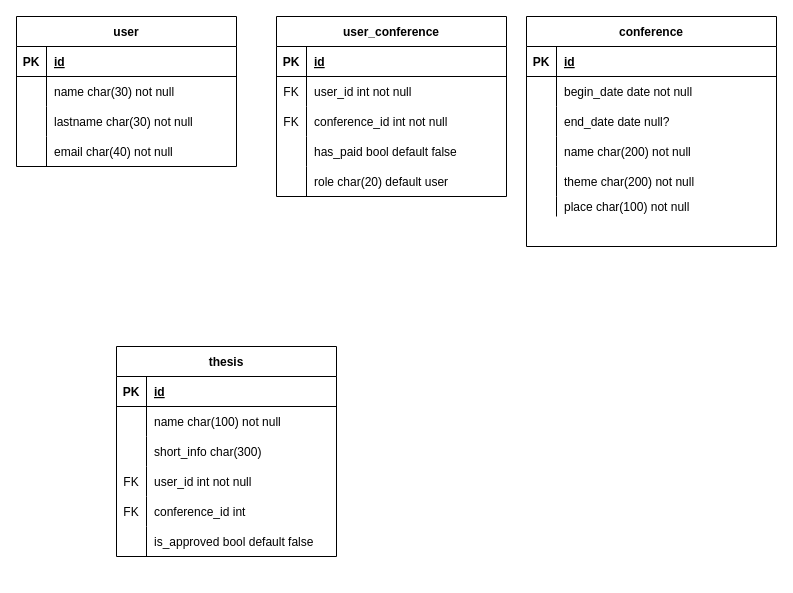
This is ER.drawio from vittrum/dbc_conference, a draw.io file, before an edit. Source tidied: cells renumbered, new cells numbered last; positions are measured from the earlier drawing's top-left corner, leaving out a move shared by most shapes. Both pictures are drawn from the tidied source at 100%, with x=0, y=0 at pixel (16, 16).
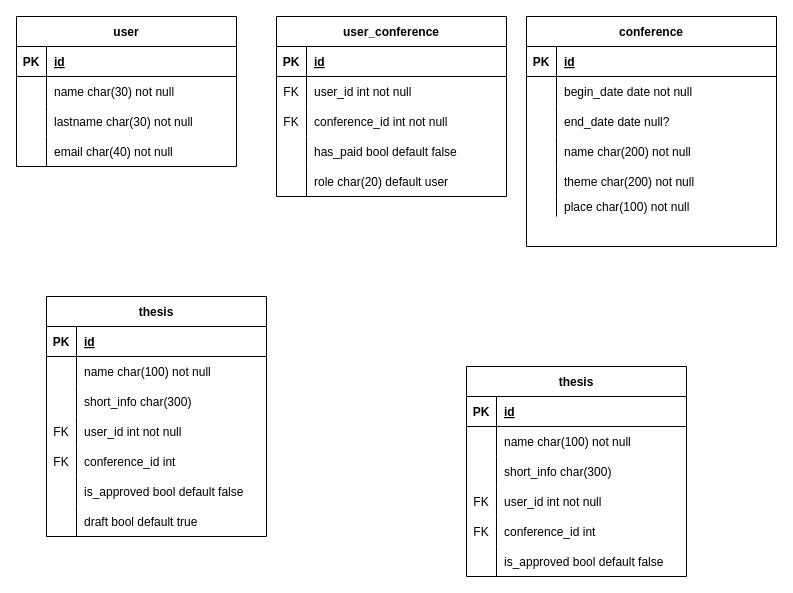
The same page after the edit.

The edit, as a diff of the source:
```diff
@@
     <mxCell id="50" value="thesis" style="shape=table;startSize=30;childLayout=tableLayout;rowLines=0;fontStyle=1;align=center;" parent="1" vertex="1">
-      <mxGeometry x="100" y="330" width="220" height="210" as="geometry" />
+      <mxGeometry x="30" y="280" width="220" height="240" as="geometry" />
     </mxCell>
@@
+    <mxCell id="69" style="shape=partialRectangle;fillColor=none;top=0;left=0;right=0;bottom=0;" parent="50" vertex="1">
+      <mxGeometry y="210" width="220" height="30" as="geometry" />
+    </mxCell>
+    <mxCell id="70" style="shape=partialRectangle;overflow=hidden;fillColor=none;top=0;left=0;bottom=0;right=0;" parent="69" vertex="1">
+      <mxGeometry width="30" height="30" as="geometry" />
+    </mxCell>
+    <mxCell id="71" value="draft bool default true" style="shape=partialRectangle;overflow=hidden;fillColor=none;top=0;left=0;bottom=0;right=0;align=left;spacingLeft=6;" parent="69" vertex="1">
+      <mxGeometry x="30" width="190" height="30" as="geometry" />
+    </mxCell>
+    <mxCell id="72" value="thesis" style="shape=table;startSize=30;childLayout=tableLayout;rowLines=0;fontStyle=1;align=center;" parent="1" vertex="1">
+      <mxGeometry x="450" y="350" width="220" height="210" as="geometry" />
+    </mxCell>
+    <mxCell id="73" style="shape=partialRectangle;fillColor=none;top=0;left=0;right=0;bottom=1;" parent="72" vertex="1">
+      <mxGeometry y="30" width="220" height="30" as="geometry" />
+    </mxCell>
+    <mxCell id="74" value="PK" style="shape=partialRectangle;overflow=hidden;fillColor=none;top=0;left=0;bottom=0;right=0;fontStyle=1;" parent="73" vertex="1">
+      <mxGeometry width="30" height="30" as="geometry" />
+    </mxCell>
+    <mxCell id="75" value="id" style="shape=partialRectangle;overflow=hidden;fillColor=none;top=0;left=0;bottom=0;right=0;align=left;spacingLeft=6;fontStyle=5;" parent="73" vertex="1">
+      <mxGeometry x="30" width="190" height="30" as="geometry" />
+    </mxCell>
+    <mxCell id="76" style="shape=partialRectangle;fillColor=none;top=0;left=0;right=0;bottom=0;" parent="72" vertex="1">
+      <mxGeometry y="60" width="220" height="30" as="geometry" />
+    </mxCell>
+    <mxCell id="77" style="shape=partialRectangle;overflow=hidden;fillColor=none;top=0;left=0;bottom=0;right=0;" parent="76" vertex="1">
+      <mxGeometry width="30" height="30" as="geometry" />
+    </mxCell>
+    <mxCell id="78" value="name char(100) not null" style="shape=partialRectangle;overflow=hidden;fillColor=none;top=0;left=0;bottom=0;right=0;align=left;spacingLeft=6;" parent="76" vertex="1">
+      <mxGeometry x="30" width="190" height="30" as="geometry" />
+    </mxCell>
+    <mxCell id="79" style="shape=partialRectangle;fillColor=none;top=0;left=0;right=0;bottom=0;" parent="72" vertex="1">
+      <mxGeometry y="90" width="220" height="30" as="geometry" />
+    </mxCell>
+    <mxCell id="80" style="shape=partialRectangle;overflow=hidden;fillColor=none;top=0;left=0;bottom=0;right=0;" parent="79" vertex="1">
+      <mxGeometry width="30" height="30" as="geometry" />
+    </mxCell>
+    <mxCell id="81" value="short_info char(300) " style="shape=partialRectangle;overflow=hidden;fillColor=none;top=0;left=0;bottom=0;right=0;align=left;spacingLeft=6;" parent="79" vertex="1">
+      <mxGeometry x="30" width="190" height="30" as="geometry" />
+    </mxCell>
+    <mxCell id="82" style="shape=partialRectangle;fillColor=none;top=0;left=0;right=0;bottom=0;" parent="72" vertex="1">
+      <mxGeometry y="120" width="220" height="30" as="geometry" />
+    </mxCell>
+    <mxCell id="83" value="FK" style="shape=partialRectangle;overflow=hidden;fillColor=none;top=0;left=0;bottom=0;right=0;" parent="82" vertex="1">
+      <mxGeometry width="30" height="30" as="geometry" />
+    </mxCell>
+    <mxCell id="84" value="user_id int not null" style="shape=partialRectangle;overflow=hidden;fillColor=none;top=0;left=0;bottom=0;right=0;align=left;spacingLeft=6;" parent="82" vertex="1">
+      <mxGeometry x="30" width="190" height="30" as="geometry" />
+    </mxCell>
+    <mxCell id="85" style="shape=partialRectangle;fillColor=none;top=0;left=0;right=0;bottom=0;" parent="72" vertex="1">
+      <mxGeometry y="150" width="220" height="30" as="geometry" />
+    </mxCell>
+    <mxCell id="86" value="FK" style="shape=partialRectangle;overflow=hidden;fillColor=none;top=0;left=0;bottom=0;right=0;" parent="85" vertex="1">
+      <mxGeometry width="30" height="30" as="geometry" />
+    </mxCell>
+    <mxCell id="87" value="conference_id int" style="shape=partialRectangle;overflow=hidden;fillColor=none;top=0;left=0;bottom=0;right=0;align=left;spacingLeft=6;" parent="85" vertex="1">
+      <mxGeometry x="30" width="190" height="30" as="geometry" />
+    </mxCell>
+    <mxCell id="88" style="shape=partialRectangle;fillColor=none;top=0;left=0;right=0;bottom=0;" parent="72" vertex="1">
+      <mxGeometry y="180" width="220" height="30" as="geometry" />
+    </mxCell>
+    <mxCell id="89" style="shape=partialRectangle;overflow=hidden;fillColor=none;top=0;left=0;bottom=0;right=0;" parent="88" vertex="1">
+      <mxGeometry width="30" height="30" as="geometry" />
+    </mxCell>
+    <mxCell id="90" value="is_approved bool default false" style="shape=partialRectangle;overflow=hidden;fillColor=none;top=0;left=0;bottom=0;right=0;align=left;spacingLeft=6;" parent="88" vertex="1">
+      <mxGeometry x="30" width="190" height="30" as="geometry" />
+    </mxCell>
```
